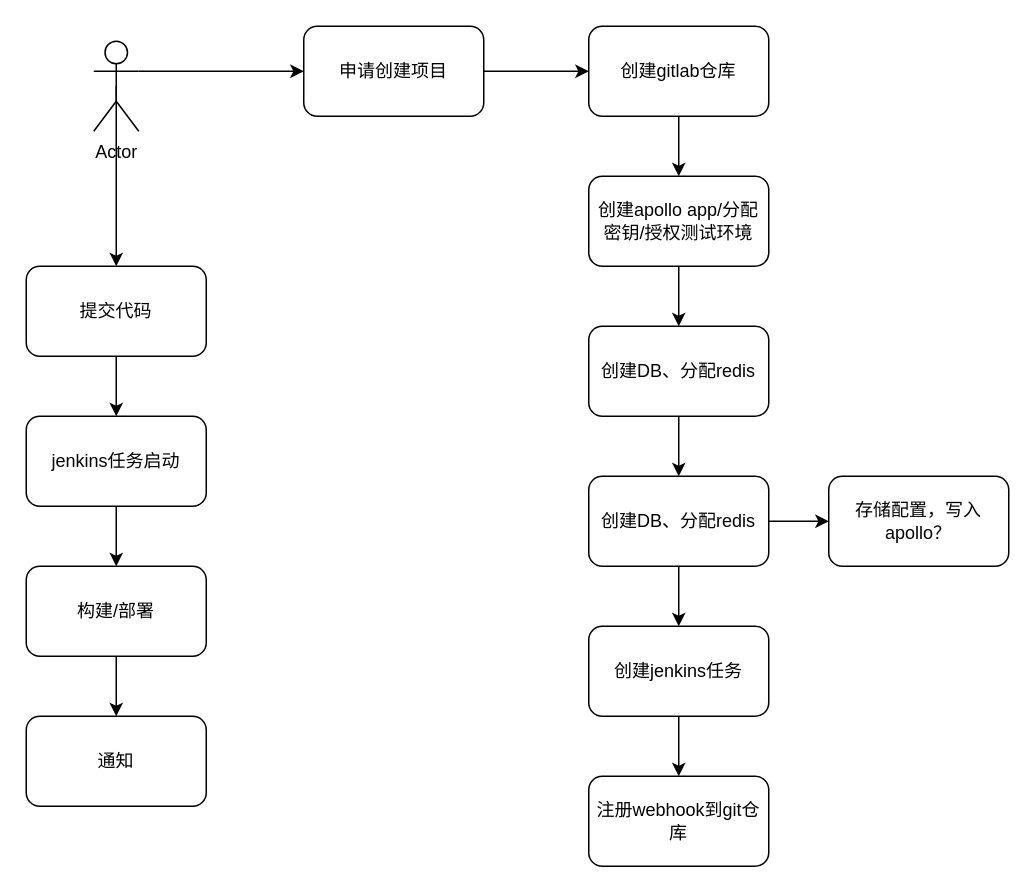
Before: 未命名绘图.drawio in xkkker/xkkker.github.io, a draw.io diagram. Source tidied: cells renumbered, new cells numbered last; positions are measured from the earlier drawing's top-left corner, leaving out a move shared by most shapes. Both pictures are drawn from the tidied source at 150%, with x=0, y=0 at pixel (26, 26).
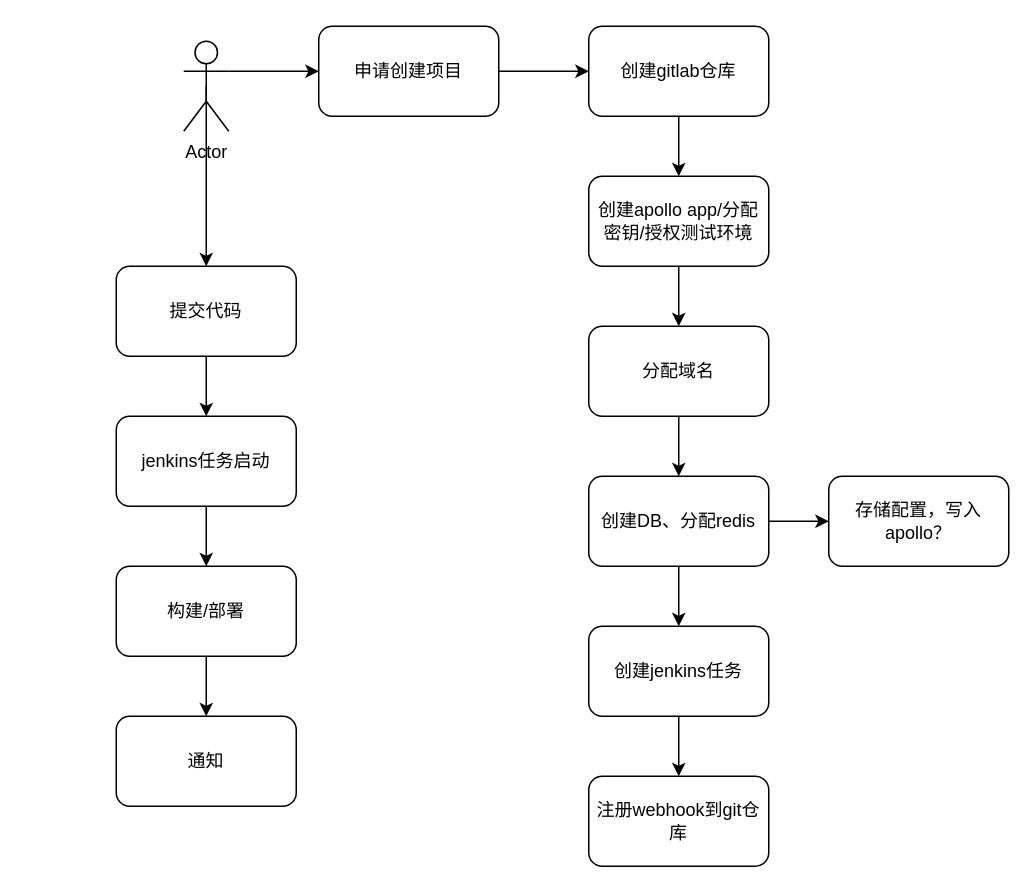
After the change.

Commit message (it also covers changes not shown here):
更新未命名绘图.drawio

Change to the diagram source:
```diff
@@
     <mxCell id="3" value="申请创建项目" style="rounded=1;whiteSpace=wrap;html=1;" parent="1" vertex="1">
-      <mxGeometry x="185" width="120" height="60" as="geometry" />
+      <mxGeometry x="195" width="120" height="60" as="geometry" />
     </mxCell>
@@
-    <mxCell id="9" value="创建DB、分配redis" style="rounded=1;whiteSpace=wrap;html=1;" parent="1" vertex="1">
+    <mxCell id="9" value="分配域名" style="rounded=1;whiteSpace=wrap;html=1;" parent="1" vertex="1">
       <mxGeometry x="375" y="200" width="120" height="60" as="geometry" />
     </mxCell>
@@
     <mxCell id="17" style="edgeStyle=orthogonalEdgeStyle;rounded=0;jettySize=auto;html=1;exitX=0.5;exitY=0.5;exitDx=0;exitDy=0;exitPerimeter=0;" parent="1" edge="1" source="18">
       <mxGeometry relative="1" as="geometry">
-        <mxPoint x="60" y="160" as="targetPoint" />
+        <mxPoint x="120" y="160" as="targetPoint" />
       </mxGeometry>
     </mxCell>
     <mxCell id="18" value="Actor" style="shape=umlActor;verticalLabelPosition=bottom;verticalAlign=top;html=1;outlineConnect=0;" parent="1" vertex="1">
-      <mxGeometry x="45" y="10" width="30" height="60" as="geometry" />
+      <mxGeometry x="105" y="10" width="30" height="60" as="geometry" />
     </mxCell>
@@
     <mxCell id="20" value="提交代码" style="rounded=1;whiteSpace=wrap;html=1;" parent="1" vertex="1">
-      <mxGeometry y="160" width="120" height="60" as="geometry" />
+      <mxGeometry x="60" y="160" width="120" height="60" as="geometry" />
     </mxCell>
@@
     <mxCell id="22" value="jenkins任务启动" style="rounded=1;whiteSpace=wrap;html=1;" parent="1" vertex="1">
-      <mxGeometry y="260" width="120" height="60" as="geometry" />
+      <mxGeometry x="60" y="260" width="120" height="60" as="geometry" />
     </mxCell>
@@
     <mxCell id="24" value="构建/部署" style="rounded=1;whiteSpace=wrap;html=1;" parent="1" vertex="1">
-      <mxGeometry y="360" width="120" height="60" as="geometry" />
+      <mxGeometry x="60" y="360" width="120" height="60" as="geometry" />
     </mxCell>
     <mxCell id="25" value="通知" style="rounded=1;whiteSpace=wrap;html=1;" parent="1" vertex="1">
-      <mxGeometry y="460" width="120" height="60" as="geometry" />
+      <mxGeometry x="60" y="460" width="120" height="60" as="geometry" />
     </mxCell>
```
